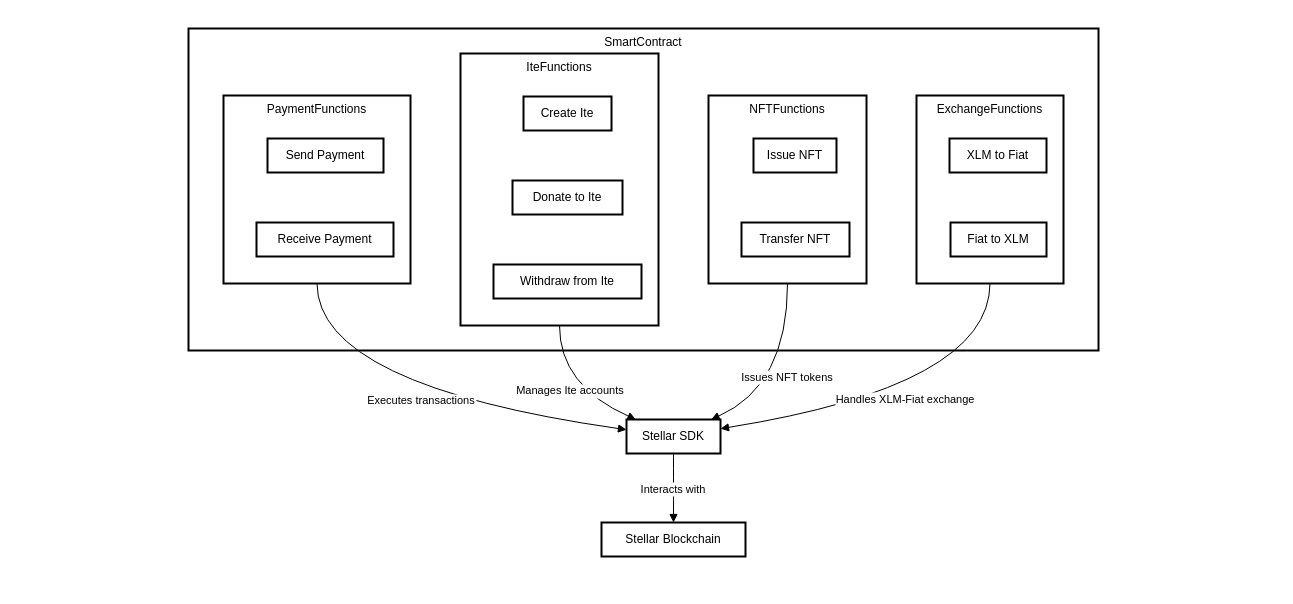
YouSSDHQ/Backend keeps this draw.io diagram as extras/diagrams/smart_contract.drawio. Above is the earlier version. Source tidied: cells renumbered, new cells numbered last; positions are measured from the earlier drawing's top-left corner, leaving out a move shared by most shapes. Both pictures are drawn from the tidied source at 100%, with x=0, y=0 at pixel (188, 28).
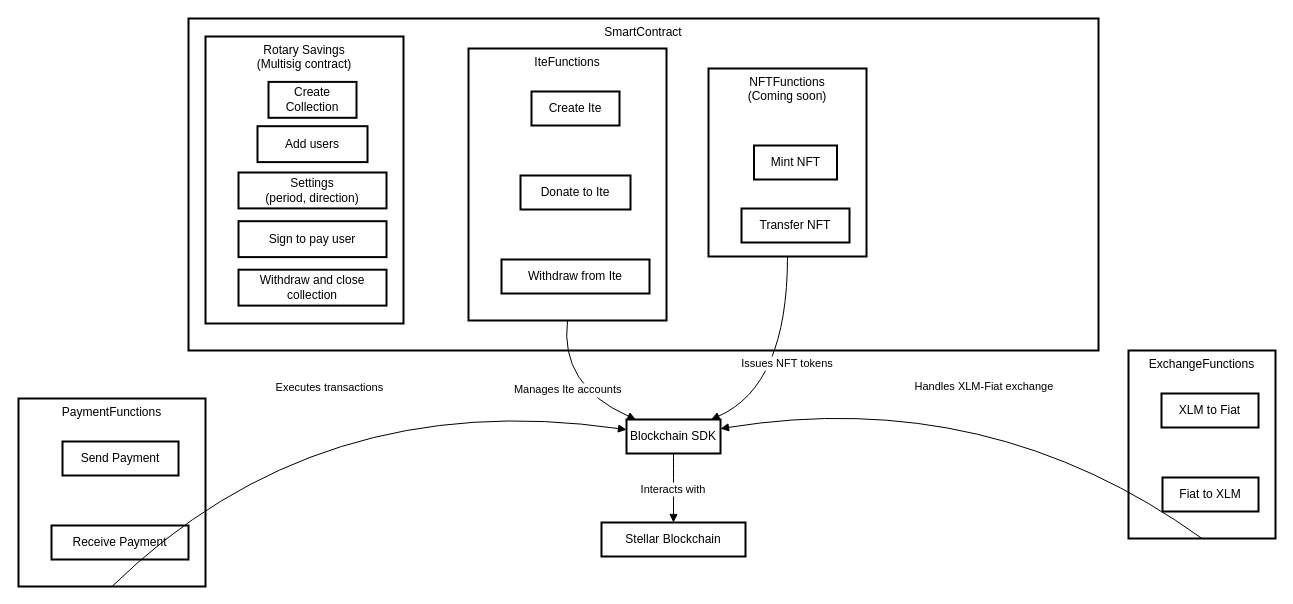
The same page after the edit.

Commit message:
update: updated smart contract

What changed in the source:
```diff
@@
     <mxCell id="2" value="SmartContract" style="whiteSpace=wrap;strokeWidth=2;verticalAlign=top;" parent="1" vertex="1">
-      <mxGeometry width="910" height="322" as="geometry" />
+      <mxGeometry y="-10" width="910" height="332" as="geometry" />
     </mxCell>
     <mxCell id="3" value="PaymentFunctions" style="whiteSpace=wrap;strokeWidth=2;verticalAlign=top;" parent="1" vertex="1">
-      <mxGeometry x="35" y="67" width="187" height="188" as="geometry" />
+      <mxGeometry x="-170" y="370" width="187" height="188" as="geometry" />
     </mxCell>
@@
     <mxCell id="6" value="IteFunctions" style="whiteSpace=wrap;strokeWidth=2;verticalAlign=top;" parent="1" vertex="1">
-      <mxGeometry x="272" y="25" width="198" height="272" as="geometry" />
+      <mxGeometry x="280" y="20" width="198" height="272" as="geometry" />
     </mxCell>
@@
-    <mxCell id="10" value="NFTFunctions" style="whiteSpace=wrap;strokeWidth=2;verticalAlign=top;" parent="1" vertex="1">
-      <mxGeometry x="520" y="67" width="158" height="188" as="geometry" />
+    <mxCell id="10" value="NFTFunctions&#10;(Coming soon)" style="whiteSpace=wrap;strokeWidth=2;verticalAlign=top;" parent="1" vertex="1">
+      <mxGeometry x="520" y="40" width="158" height="188" as="geometry" />
     </mxCell>
-    <mxCell id="11" value="Issue NFT" style="whiteSpace=wrap;strokeWidth=2;" parent="10" vertex="1">
-      <mxGeometry x="45" y="43" width="83" height="34" as="geometry" />
+    <mxCell id="11" value="Mint NFT" style="whiteSpace=wrap;strokeWidth=2;fontStyle=0;" parent="10" vertex="1">
+      <mxGeometry x="45.5" y="77" width="83" height="34" as="geometry" />
     </mxCell>
     <mxCell id="12" value="Transfer NFT" style="whiteSpace=wrap;strokeWidth=2;" parent="10" vertex="1">
-      <mxGeometry x="33" y="127" width="108" height="34" as="geometry" />
+      <mxGeometry x="33" y="140" width="108" height="34" as="geometry" />
     </mxCell>
     <mxCell id="13" value="ExchangeFunctions" style="whiteSpace=wrap;strokeWidth=2;verticalAlign=top;" parent="1" vertex="1">
-      <mxGeometry x="728" y="67" width="147" height="188" as="geometry" />
+      <mxGeometry x="940" y="322" width="147" height="188" as="geometry" />
     </mxCell>
@@
-    <mxCell id="16" value="Stellar SDK" style="whiteSpace=wrap;strokeWidth=2;" parent="1" vertex="1">
+    <mxCell id="16" value="Blockchain SDK" style="whiteSpace=wrap;strokeWidth=2;" parent="1" vertex="1">
       <mxGeometry x="438" y="391" width="94" height="34" as="geometry" />
     </mxCell>
@@
+    <mxCell id="23" value="Rotary Savings&#10;(Multisig contract)" style="whiteSpace=wrap;strokeWidth=2;verticalAlign=top;" parent="1" vertex="1">
+      <mxGeometry x="17" y="8" width="198" height="287" as="geometry" />
+    </mxCell>
+    <mxCell id="24" value="Create Collection" style="whiteSpace=wrap;strokeWidth=2;" parent="23" vertex="1">
+      <mxGeometry x="63" y="45.4" width="88" height="35.9" as="geometry" />
+    </mxCell>
+    <mxCell id="25" value="Add users" style="whiteSpace=wrap;strokeWidth=2;" parent="23" vertex="1">
+      <mxGeometry x="52" y="89.7" width="110" height="35.9" as="geometry" />
+    </mxCell>
+    <mxCell id="26" value="Settings&#10;(period, direction)" style="whiteSpace=wrap;strokeWidth=2;" parent="23" vertex="1">
+      <mxGeometry x="33" y="136" width="148" height="35.9" as="geometry" />
+    </mxCell>
+    <mxCell id="27" value="Sign to pay user" style="whiteSpace=wrap;strokeWidth=2;" parent="23" vertex="1">
+      <mxGeometry x="33" y="184.7" width="148" height="35.9" as="geometry" />
+    </mxCell>
+    <mxCell id="28" value="Withdraw and close collection" style="whiteSpace=wrap;strokeWidth=2;" parent="23" vertex="1">
+      <mxGeometry x="33" y="233.2" width="148" height="35.9" as="geometry" />
+    </mxCell>
```
